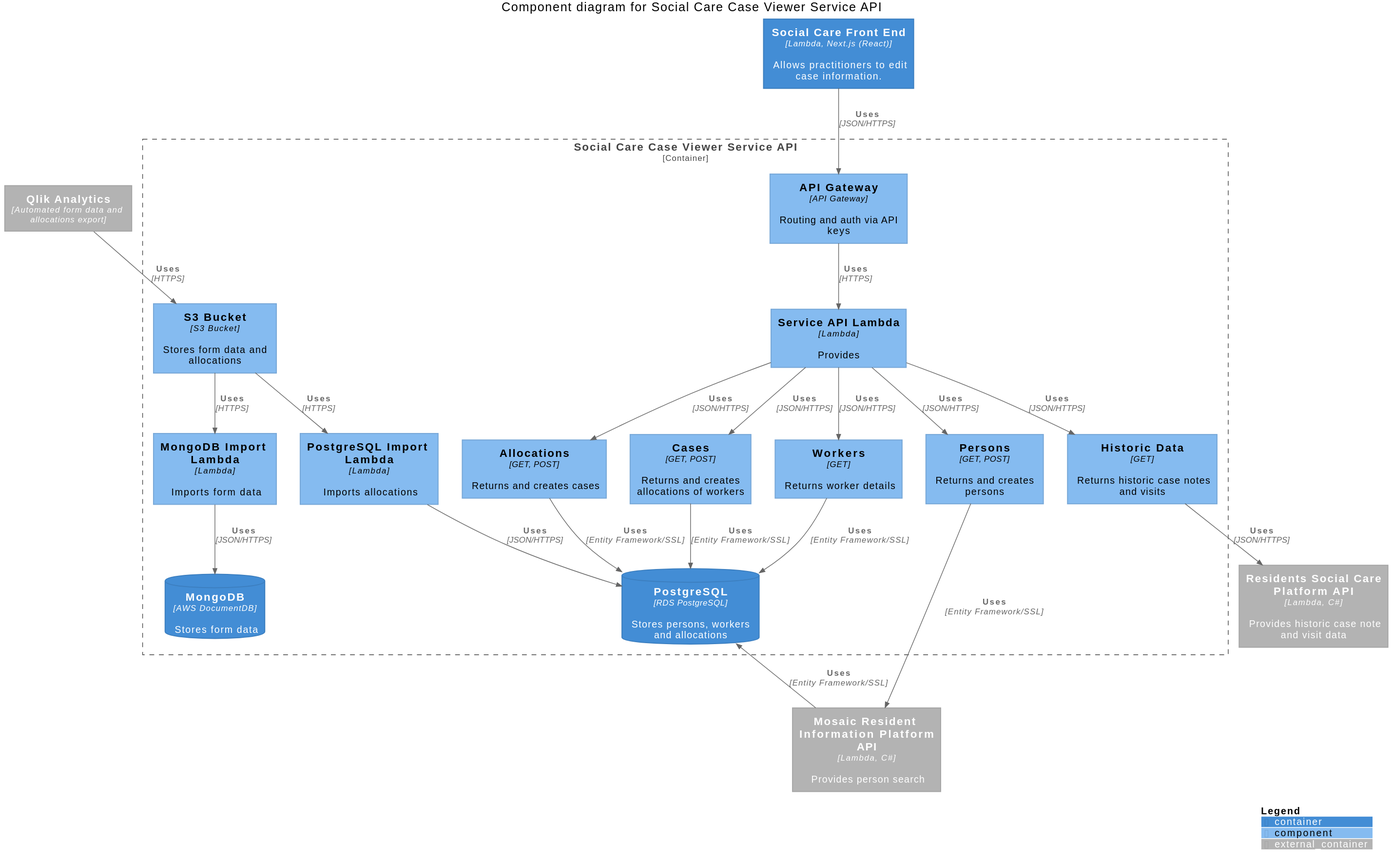
Earlier version of the PlantUML export docs/component-diagram.svg (LBHackney-IT/social-care-case-viewer-api).
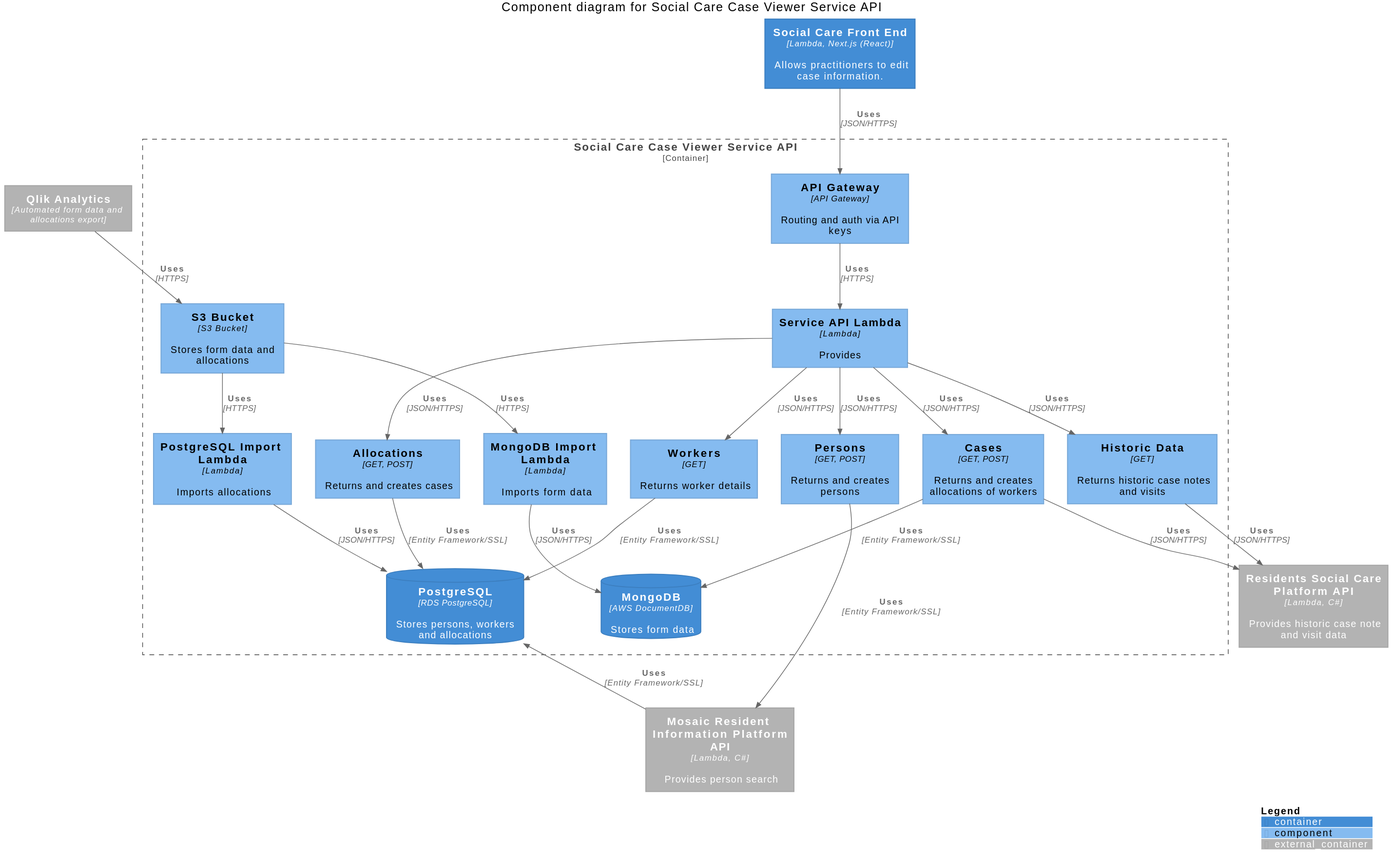
The same diagram one commit later.

Commit message:
Update relationships cases uses mongodb

The edit, as a diff of the source:
```diff
@@ -47,7 +47,8 @@
     Rel(allocations, postgres, "Uses", "Entity Framework/SSL")
 
     Rel(api_lambda, cases, "Uses", "JSON/HTTPS")
-    Rel(cases, postgres, "Uses", "Entity Framework/SSL")
+    Rel(cases, mongodb, "Uses", "Entity Framework/SSL")
+    Rel(cases, resident_social_care_platform_api, "Uses", "JSON/HTTPS")
 
     Rel(api_lambda, historic_data, "Uses", "JSON/HTTPS")
     Rel(historic_data, resident_social_care_platform_api, "Uses", "JSON/HTTPS")
```
